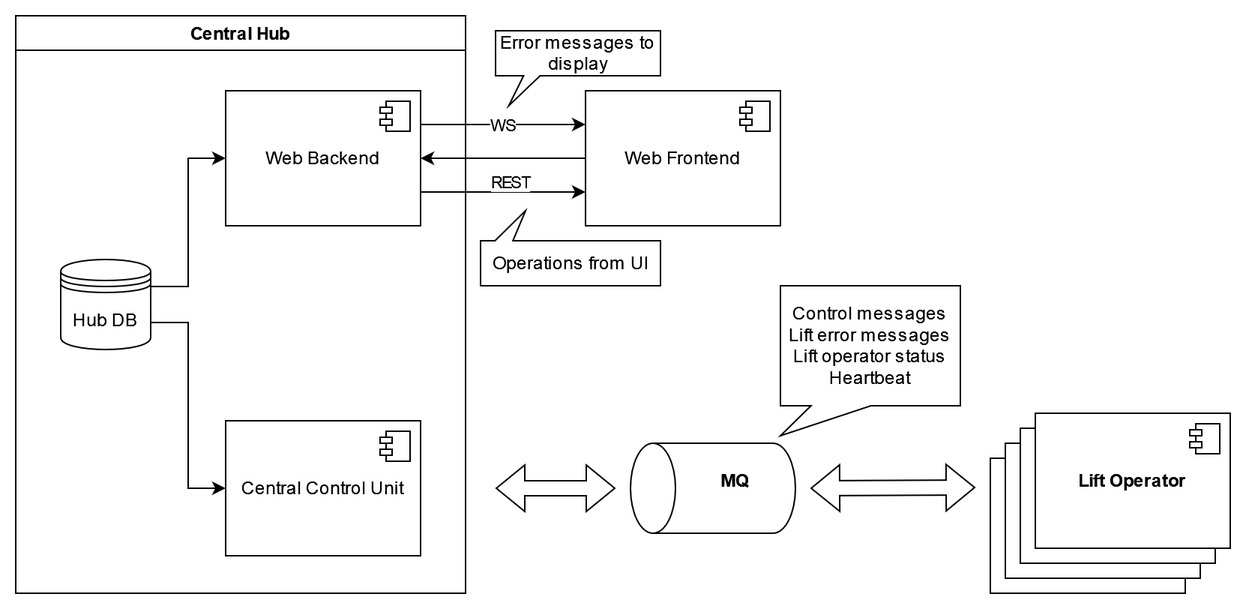
This is doc/diagrams/png/ski_paradise_components.png from AUT-Hard-Ski-Paradise/.github, a draw.io export, as it was before one commit. Source tidied: cells renumbered, new cells last; positions are measured from the earlier drawing's top-left corner, leaving out a move shared by most shapes.
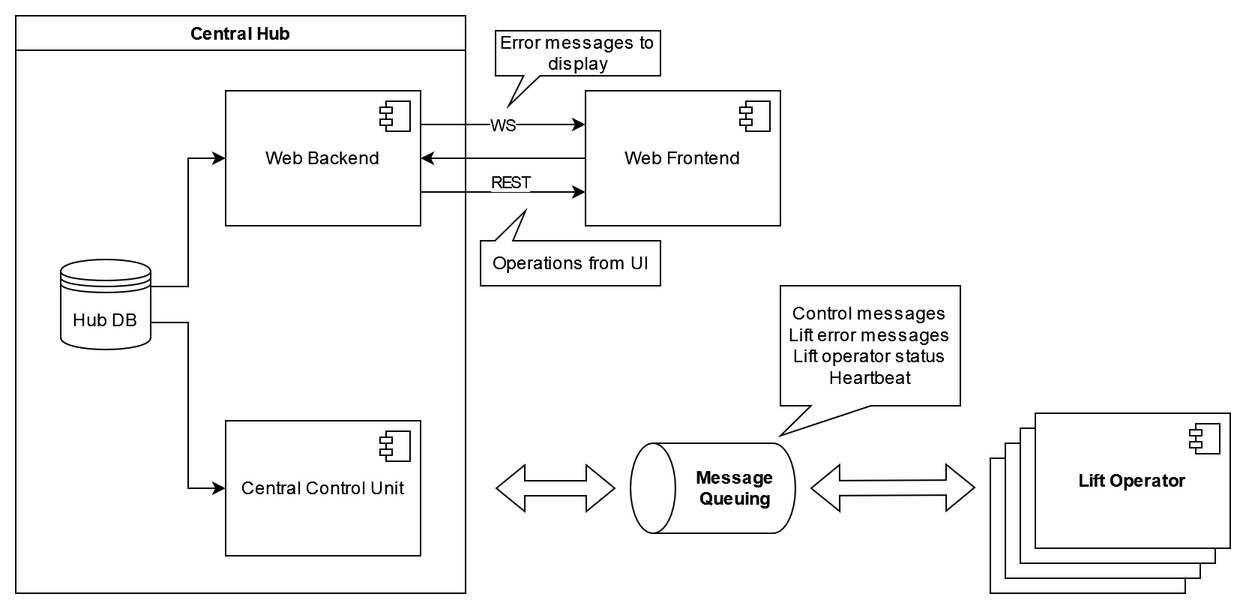
The same diagram one commit later.

Commit message:
Component diagram update

MQ -> Message Queuing

What changed in the source:
```diff
@@ -49,8 +49,8 @@
         <mxPoint x="400" y="315" as="targetPoint" />
       </mxGeometry>
     </mxCell>
-    <mxCell id="13" value="&lt;b&gt;MQ&lt;/b&gt;" style="text;html=1;strokeColor=none;fillColor=none;align=center;verticalAlign=middle;whiteSpace=wrap;rounded=0;" parent="1" vertex="1">
-      <mxGeometry x="445" y="295" width="70" height="30" as="geometry" />
+    <mxCell id="13" value="&lt;b&gt;Message Queuing&lt;br&gt;&lt;/b&gt;" style="text;html=1;strokeColor=none;fillColor=none;align=center;verticalAlign=middle;whiteSpace=wrap;rounded=0;" parent="1" vertex="1">
+      <mxGeometry x="445" y="300" width="70" height="30" as="geometry" />
     </mxCell>
     <mxCell id="14" value="&lt;div&gt;Control messages&lt;/div&gt;&lt;div&gt;Lift error messages&lt;/div&gt;&lt;div&gt;Lift operator status&lt;br&gt;&lt;/div&gt;&lt;div&gt;Heartbeat&lt;br&gt;&lt;/div&gt;" style="shape=callout;whiteSpace=wrap;html=1;perimeter=calloutPerimeter;position2=0;base=40;size=20;position=0.17;" parent="1" vertex="1">
       <mxGeometry x="510" y="180" width="120" height="100" as="geometry" />
```
